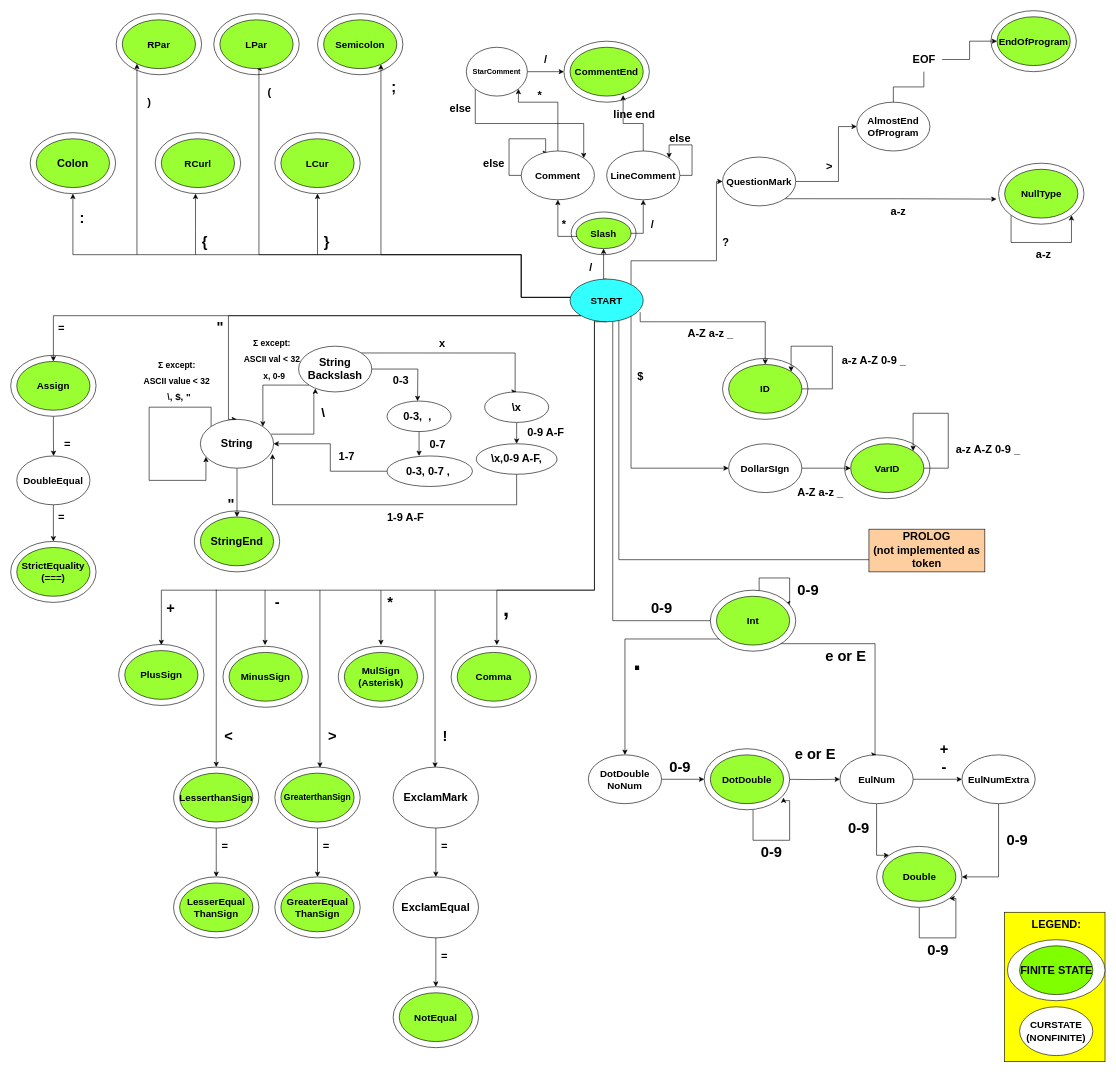
Earlier version of the draw.io diagram doc/IFJ-definitiveStateMachine_8.drawio (tobolikd/IFJproject). Source tidied: cells renumbered, new cells numbered last; positions are measured from the earlier drawing's top-left corner, leaving out a move shared by most shapes. Both pictures are drawn from the tidied source at 61%, with x=0, y=0 at pixel (10, 10).
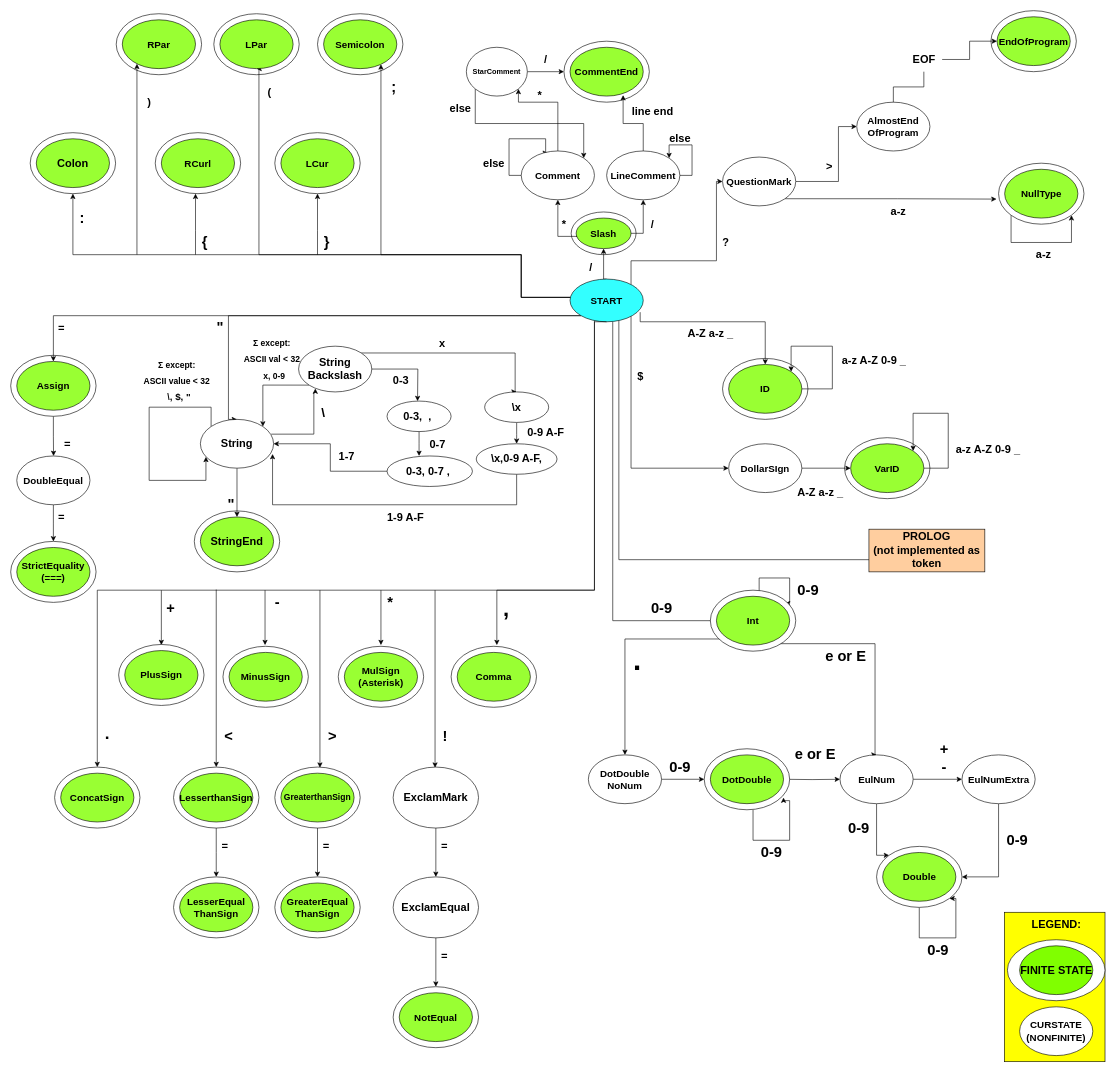
The same diagram, later.

The edit, as a diff of the source:
```diff
@@
     <mxCell id="37" value="&lt;span&gt;line end&lt;/span&gt;" style="text;html=1;align=center;verticalAlign=middle;strokeColor=none;fillColor=none;fontSize=18;fontStyle=1;" parent="1" vertex="1">
-      <mxGeometry x="977" y="150" width="90" height="40" as="geometry" />
+      <mxGeometry x="1007" y="145" width="90" height="40" as="geometry" />
     </mxCell>
@@
+    <mxCell id="206" style="ellipse;whiteSpace=wrap;html=1;fontSize=18;fontStyle=1;" parent="1" vertex="1">
+      <mxGeometry x="72" y="1240" width="140" height="100" as="geometry" />
+    </mxCell>
+    <mxCell id="207" value="&lt;font size=&quot;3&quot;&gt;ConcatSign&lt;/font&gt;" style="ellipse;whiteSpace=wrap;html=1;fillColor=#99FF33;fontStyle=1;" parent="1" vertex="1">
+      <mxGeometry x="82" y="1250" width="120" height="80" as="geometry" />
+    </mxCell>
+    <mxCell id="208" value="&lt;font style=&quot;font-size: 28px;&quot;&gt;.&lt;/font&gt;" style="text;html=1;align=center;verticalAlign=middle;strokeColor=none;fillColor=none;fontSize=18;fontStyle=1;" parent="1" vertex="1">
+      <mxGeometry x="143" y="1160" width="30" height="50" as="geometry" />
+    </mxCell>
+    <mxCell id="209" style="endArrow=classic;html=1;rounded=0;fontFamily=Helvetica;fontSize=14;fontColor=#000000;entryX=0.5;entryY=0;entryDx=0;entryDy=0;" parent="1" edge="1" target="206">
+      <mxGeometry relative="1" as="geometry">
+        <mxPoint x="247" y="950" as="sourcePoint" />
+        <Array as="points">
+          <mxPoint x="142" y="950" />
+        </Array>
+      </mxGeometry>
+    </mxCell>
```
